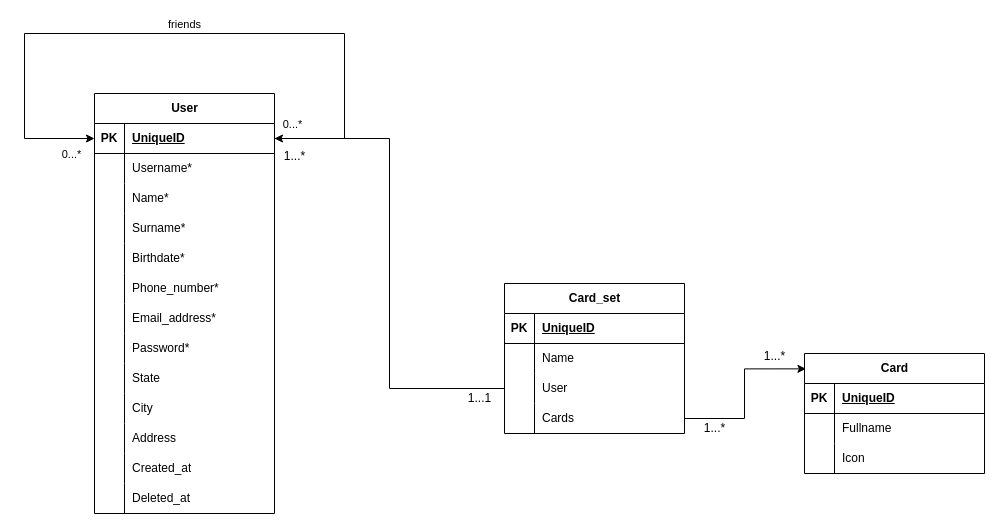
The draw.io diagram db/schemas.drawio in libbe71/guess-all, before the edit. Source tidied: cells renumbered, new cells numbered last; positions are measured from the earlier drawing's top-left corner, leaving out a move shared by most shapes. Both pictures are drawn from the tidied source at 100%, with x=0, y=0 at pixel (24, 33).
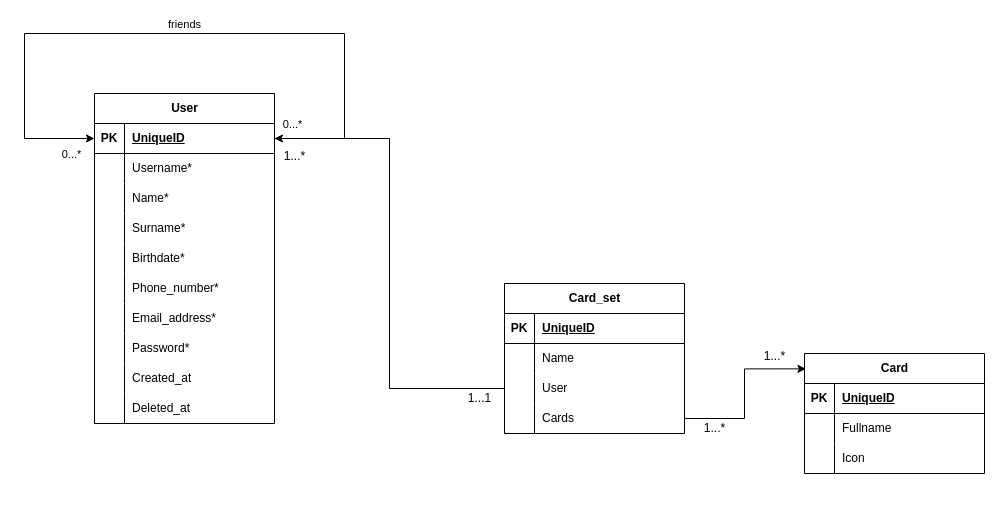
The same page after the edit.

What changed in the source:
```diff
@@
     <mxCell id="2" value="User" style="shape=table;startSize=30;childLayout=tableLayout;rowLines=0;fontStyle=1;align=center;html=1;" parent="1" vertex="1">
-      <mxGeometry x="70" y="60" width="180" height="420" as="geometry" />
+      <mxGeometry x="70" y="60" width="180" height="330" as="geometry" />
     </mxCell>
@@
-    <mxCell id="27" style="shape=tableRow;horizontal=0;startSize=0;swimlaneHead=0;swimlaneBody=0;fillColor=none;top=0;left=0;right=0;bottom=0;" parent="2" vertex="1">
-      <mxGeometry y="270" width="180" height="30" as="geometry" />
-    </mxCell>
-    <mxCell id="28" style="shape=partialRectangle;fillColor=none;top=0;left=0;bottom=0;right=0;overflow=hidden;whiteSpace=wrap;html=1;" parent="27" vertex="1">
-      <mxGeometry width="30" height="30" as="geometry" />
-    </mxCell>
-    <mxCell id="29" value="State" style="shape=partialRectangle;fillColor=none;top=0;left=0;bottom=0;right=0;align=left;spacingLeft=6;overflow=hidden;whiteSpace=wrap;html=1;" parent="27" vertex="1">
-      <mxGeometry x="30" width="150" height="30" as="geometry" />
-    </mxCell>
-    <mxCell id="30" style="shape=tableRow;horizontal=0;startSize=0;swimlaneHead=0;swimlaneBody=0;fillColor=none;top=0;left=0;right=0;bottom=0;" parent="2" vertex="1">
-      <mxGeometry y="300" width="180" height="30" as="geometry" />
-    </mxCell>
-    <mxCell id="31" style="shape=partialRectangle;fillColor=none;top=0;left=0;bottom=0;right=0;overflow=hidden;whiteSpace=wrap;html=1;" parent="30" vertex="1">
-      <mxGeometry width="30" height="30" as="geometry" />
-    </mxCell>
-    <mxCell id="32" value="City" style="shape=partialRectangle;fillColor=none;top=0;left=0;bottom=0;right=0;align=left;spacingLeft=6;overflow=hidden;whiteSpace=wrap;html=1;" parent="30" vertex="1">
-      <mxGeometry x="30" width="150" height="30" as="geometry" />
-    </mxCell>
-    <mxCell id="33" style="shape=tableRow;horizontal=0;startSize=0;swimlaneHead=0;swimlaneBody=0;fillColor=none;top=0;left=0;right=0;bottom=0;" parent="2" vertex="1">
-      <mxGeometry y="330" width="180" height="30" as="geometry" />
-    </mxCell>
-    <mxCell id="34" style="shape=partialRectangle;fillColor=none;top=0;left=0;bottom=0;right=0;overflow=hidden;whiteSpace=wrap;html=1;" parent="33" vertex="1">
-      <mxGeometry width="30" height="30" as="geometry" />
-    </mxCell>
-    <mxCell id="35" value="Address" style="shape=partialRectangle;fillColor=none;top=0;left=0;bottom=0;right=0;align=left;spacingLeft=6;overflow=hidden;whiteSpace=wrap;html=1;" parent="33" vertex="1">
-      <mxGeometry x="30" width="150" height="30" as="geometry" />
-    </mxCell>
     <mxCell id="36" style="shape=tableRow;horizontal=0;startSize=0;swimlaneHead=0;swimlaneBody=0;fillColor=none;top=0;left=0;right=0;bottom=0;" parent="2" vertex="1">
-      <mxGeometry y="360" width="180" height="30" as="geometry" />
+      <mxGeometry y="270" width="180" height="30" as="geometry" />
     </mxCell>
@@
     <mxCell id="39" style="shape=tableRow;horizontal=0;startSize=0;swimlaneHead=0;swimlaneBody=0;fillColor=none;top=0;left=0;right=0;bottom=0;" parent="2" vertex="1">
-      <mxGeometry y="390" width="180" height="30" as="geometry" />
+      <mxGeometry y="300" width="180" height="30" as="geometry" />
     </mxCell>
```
